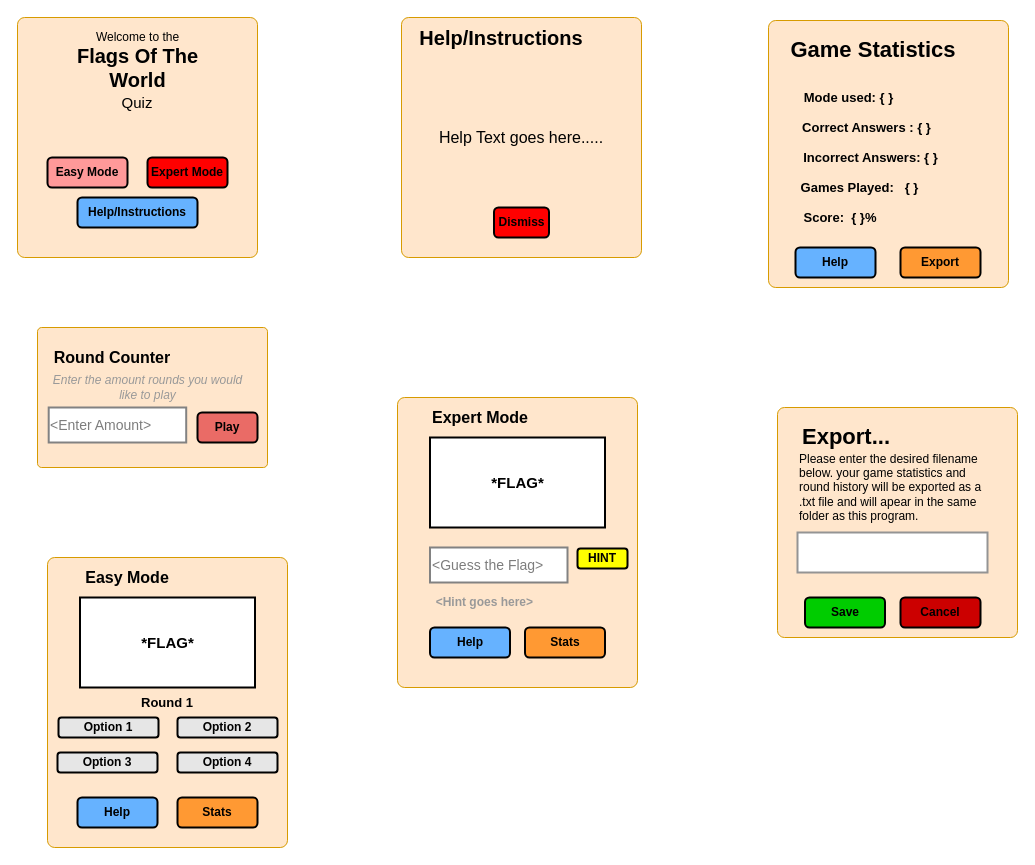
chhabrap71760/Flags_Quiz_Assessment keeps this draw.io diagram as flag_quiz_wireframes.drawio. Above is the earlier version. Source tidied: cells renumbered, new cells numbered last; positions are measured from the earlier drawing's top-left corner, leaving out a move shared by most shapes. Both pictures are drawn from the tidied source at 100%, with x=0, y=0 at pixel (17, 17).
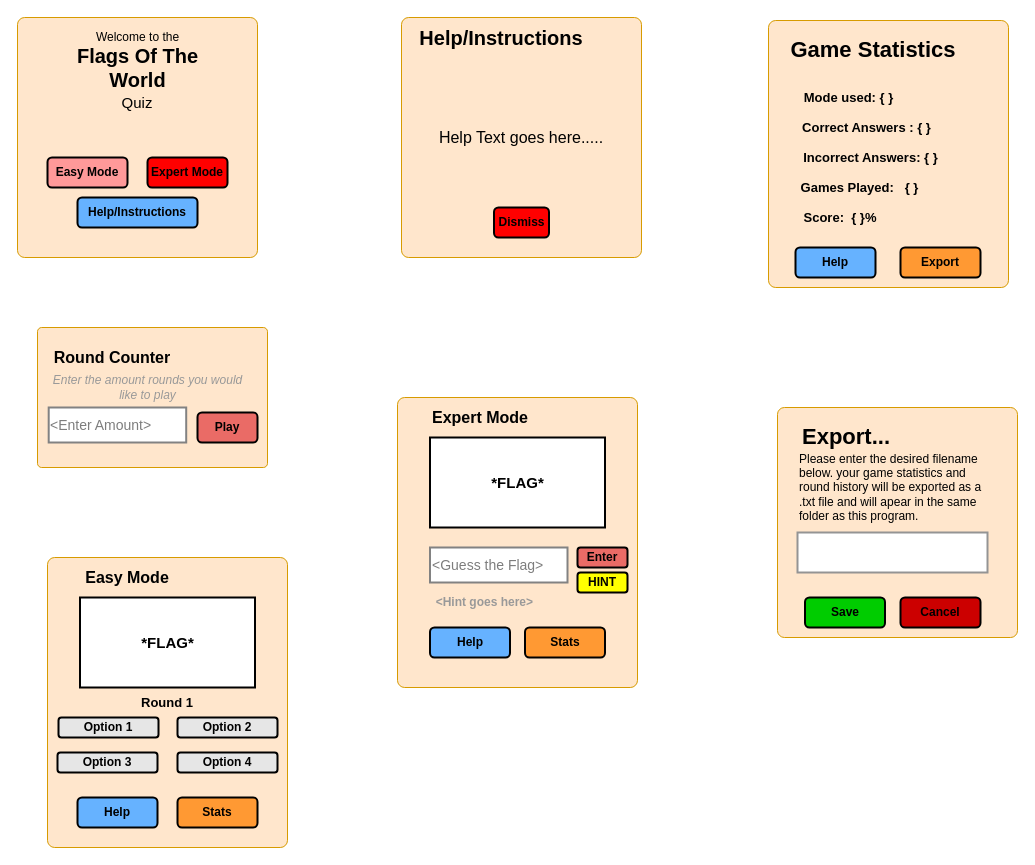
After the change.

What changed in the source:
```diff
@@
     <mxCell id="42" value="&lt;b&gt;HINT&lt;/b&gt;" style="rounded=1;whiteSpace=wrap;html=1;strokeWidth=2;fillColor=#FFFF00;" parent="1" vertex="1">
-      <mxGeometry x="560" y="531" width="50" height="20" as="geometry" />
+      <mxGeometry x="560" y="555" width="50" height="20" as="geometry" />
     </mxCell>
@@
+    <mxCell id="51" value="&lt;b&gt;Enter&lt;/b&gt;" style="rounded=1;whiteSpace=wrap;html=1;strokeWidth=2;fillColor=#EA6B66;" parent="1" vertex="1">
+      <mxGeometry x="560" y="530" width="50" height="20" as="geometry" />
+    </mxCell>
```
